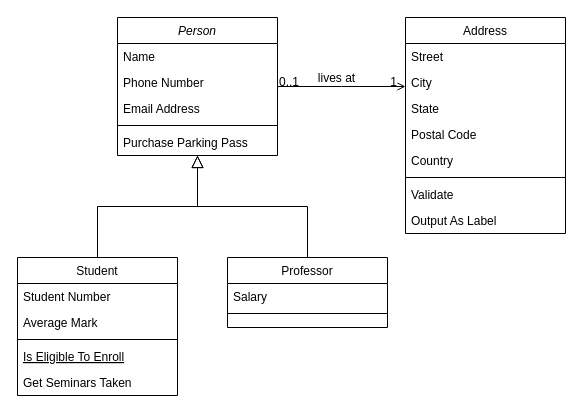
The draw.io diagram meta-model.drawio in dmiAnd/Common, before the edit. Source tidied: cells renumbered, new cells numbered last; positions are measured from the earlier drawing's top-left corner, leaving out a move shared by most shapes. Both pictures are drawn from the tidied source at 100%, with x=0, y=0 at pixel (17, 17).
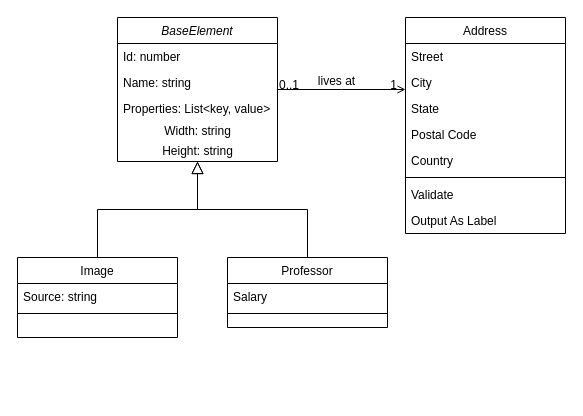
Above is the later version.

Change to the diagram source:
```diff
@@
-    <mxCell id="2" value="Person" style="swimlane;fontStyle=2;align=center;verticalAlign=top;horizontal=1;startSize=26;rounded=0;shadow=0;strokeWidth=1;" parent="1" vertex="1">
-      <mxGeometry x="100" width="160" height="138" as="geometry" />
+    <mxCell id="2" value="BaseElement" style="swimlane;fontStyle=2;align=center;verticalAlign=top;horizontal=1;startSize=26;rounded=0;shadow=0;strokeWidth=1;" parent="1" vertex="1">
+      <mxGeometry x="100" width="160" height="144" as="geometry" />
     </mxCell>
-    <mxCell id="3" value="Name" style="text;align=left;verticalAlign=top;spacingLeft=4;spacingRight=4;overflow=hidden;" parent="2" vertex="1">
+    <mxCell id="3" value="Id: number" style="text;align=left;verticalAlign=top;spacingLeft=4;spacingRight=4;overflow=hidden;" parent="2" vertex="1">
       <mxGeometry y="26" width="160" height="26" as="geometry" />
     </mxCell>
-    <mxCell id="4" value="Phone Number" style="text;align=left;verticalAlign=top;spacingLeft=4;spacingRight=4;overflow=hidden;rounded=0;shadow=0;html=0;" parent="2" vertex="1">
+    <mxCell id="4" value="Name: string" style="text;align=left;verticalAlign=top;spacingLeft=4;spacingRight=4;overflow=hidden;rounded=0;shadow=0;html=0;" parent="2" vertex="1">
       <mxGeometry y="52" width="160" height="26" as="geometry" />
     </mxCell>
-    <mxCell id="5" value="Email Address" style="text;align=left;verticalAlign=top;spacingLeft=4;spacingRight=4;overflow=hidden;rounded=0;shadow=0;html=0;" parent="2" vertex="1">
+    <mxCell id="5" value="Properties: List&lt;key, value&gt;" style="text;align=left;verticalAlign=top;spacingLeft=4;spacingRight=4;overflow=hidden;rounded=0;shadow=0;html=0;" parent="2" vertex="1">
       <mxGeometry y="78" width="160" height="26" as="geometry" />
     </mxCell>
-    <mxCell id="6" style="line;html=1;strokeWidth=1;align=left;verticalAlign=middle;spacingTop=-1;spacingLeft=3;spacingRight=3;labelPosition=right;" parent="2" vertex="1">
-      <mxGeometry y="104" width="160" height="8" as="geometry" />
-    </mxCell>
-    <mxCell id="7" value="Purchase Parking Pass" style="text;align=left;verticalAlign=top;spacingLeft=4;spacingRight=4;overflow=hidden;" parent="2" vertex="1">
-      <mxGeometry y="112" width="160" height="26" as="geometry" />
-    </mxCell>
+    <mxCell id="32" value="Width: string" style="text;html=1;align=center;verticalAlign=middle;strokeColor=none;fillColor=none;" parent="2" vertex="1">
+      <mxGeometry y="104" width="160" height="20" as="geometry" />
+    </mxCell>
+    <mxCell id="33" value="Height: string" style="text;html=1;align=center;verticalAlign=middle;strokeColor=none;fillColor=none;" parent="2" vertex="1">
+      <mxGeometry y="124" width="160" height="20" as="geometry" />
+    </mxCell>
-    <mxCell id="8" value="Student" style="swimlane;fontStyle=0;align=center;verticalAlign=top;horizontal=1;startSize=26;rounded=0;shadow=0;strokeWidth=1;" parent="1" vertex="1">
-      <mxGeometry y="240" width="160" height="138" as="geometry" />
+    <mxCell id="8" value="Image" style="swimlane;fontStyle=0;align=center;verticalAlign=top;horizontal=1;startSize=26;rounded=0;shadow=0;strokeWidth=1;" parent="1" vertex="1">
+      <mxGeometry y="240" width="160" height="80" as="geometry" />
     </mxCell>
-    <mxCell id="9" value="Student Number" style="text;align=left;verticalAlign=top;spacingLeft=4;spacingRight=4;overflow=hidden;" parent="8" vertex="1">
+    <mxCell id="9" value="Source: string" style="text;align=left;verticalAlign=top;spacingLeft=4;spacingRight=4;overflow=hidden;" parent="8" vertex="1">
       <mxGeometry y="26" width="160" height="26" as="geometry" />
     </mxCell>
-    <mxCell id="10" value="Average Mark" style="text;align=left;verticalAlign=top;spacingLeft=4;spacingRight=4;overflow=hidden;rounded=0;shadow=0;html=0;" parent="8" vertex="1">
-      <mxGeometry y="52" width="160" height="26" as="geometry" />
-    </mxCell>
     <mxCell id="11" style="line;html=1;strokeWidth=1;align=left;verticalAlign=middle;spacingTop=-1;spacingLeft=3;spacingRight=3;labelPosition=right;" parent="8" vertex="1">
-      <mxGeometry y="78" width="160" height="8" as="geometry" />
+      <mxGeometry y="52" width="160" height="8" as="geometry" />
     </mxCell>
-    <mxCell id="12" value="Is Eligible To Enroll" style="text;align=left;verticalAlign=top;spacingLeft=4;spacingRight=4;overflow=hidden;fontStyle=4;" parent="8" vertex="1">
-      <mxGeometry y="86" width="160" height="26" as="geometry" />
-    </mxCell>
-    <mxCell id="13" value="Get Seminars Taken" style="text;align=left;verticalAlign=top;spacingLeft=4;spacingRight=4;overflow=hidden;" parent="8" vertex="1">
-      <mxGeometry y="112" width="160" height="26" as="geometry" />
-    </mxCell>
```
